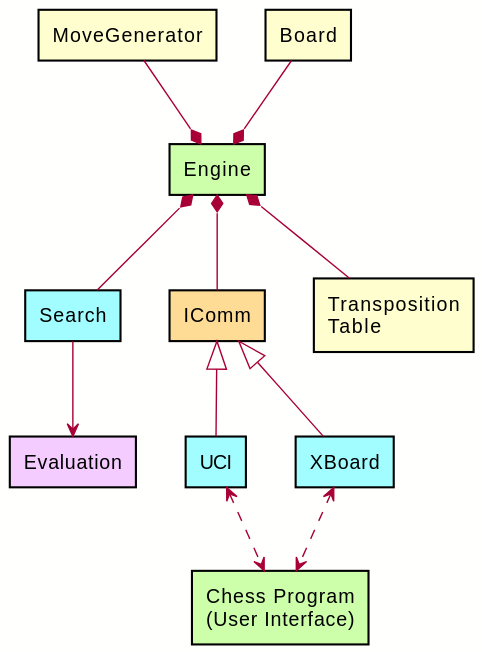
mvanthoor/rustic-book keeps this PlantUML diagram as src/diagrams/architecture.svg. Above is the earlier version. Source of this version:
```plantuml
@startuml architecture
skinparam shadowing false
skinparam componentStyle rectangle
skinparam backgroundColor #FFFFFE

hide empty methods
hide empty members

component "Engine" as Engine #cdffab
component "Search" as Search #a1fdff
component "Evaluation" as Evaluation #f5ccff
component IComm #ffdc96
component "UCI" as Uci #a1fdff
component "XBoard" as XBoard #a1fdff
component "Transposition\nTable" as TT
component Board
component MoveGenerator
component "Chess Program\n(User Interface)" as GUI #cdffab

Engine *-- IComm
Engine *-up- Board
Engine *-up- MoveGenerator
Engine *-- TT
IComm <|-- Uci
IComm <|-- XBoard
Engine *-- Search
Search --> Evaluation
Uci <..> GUI
XBoard <..> GUI
@enduml
```
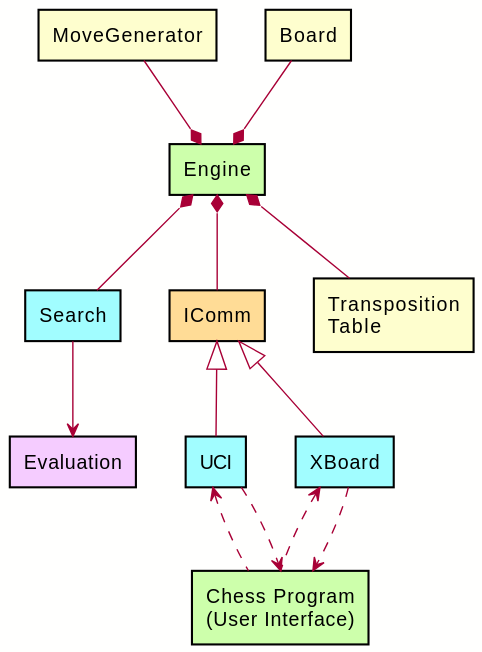
Above is the later version.

Diff of the diagram source:
```diff
@@ -25,6 +25,8 @@
 IComm <|-- XBoard
 Engine *-- Search
 Search --> Evaluation
-Uci <..> GUI
-XBoard <..> GUI
+Uci <.. GUI
+Uci ..> GUI
+XBoard <.. GUI
+XBoard ..> GUI
 @enduml
```
